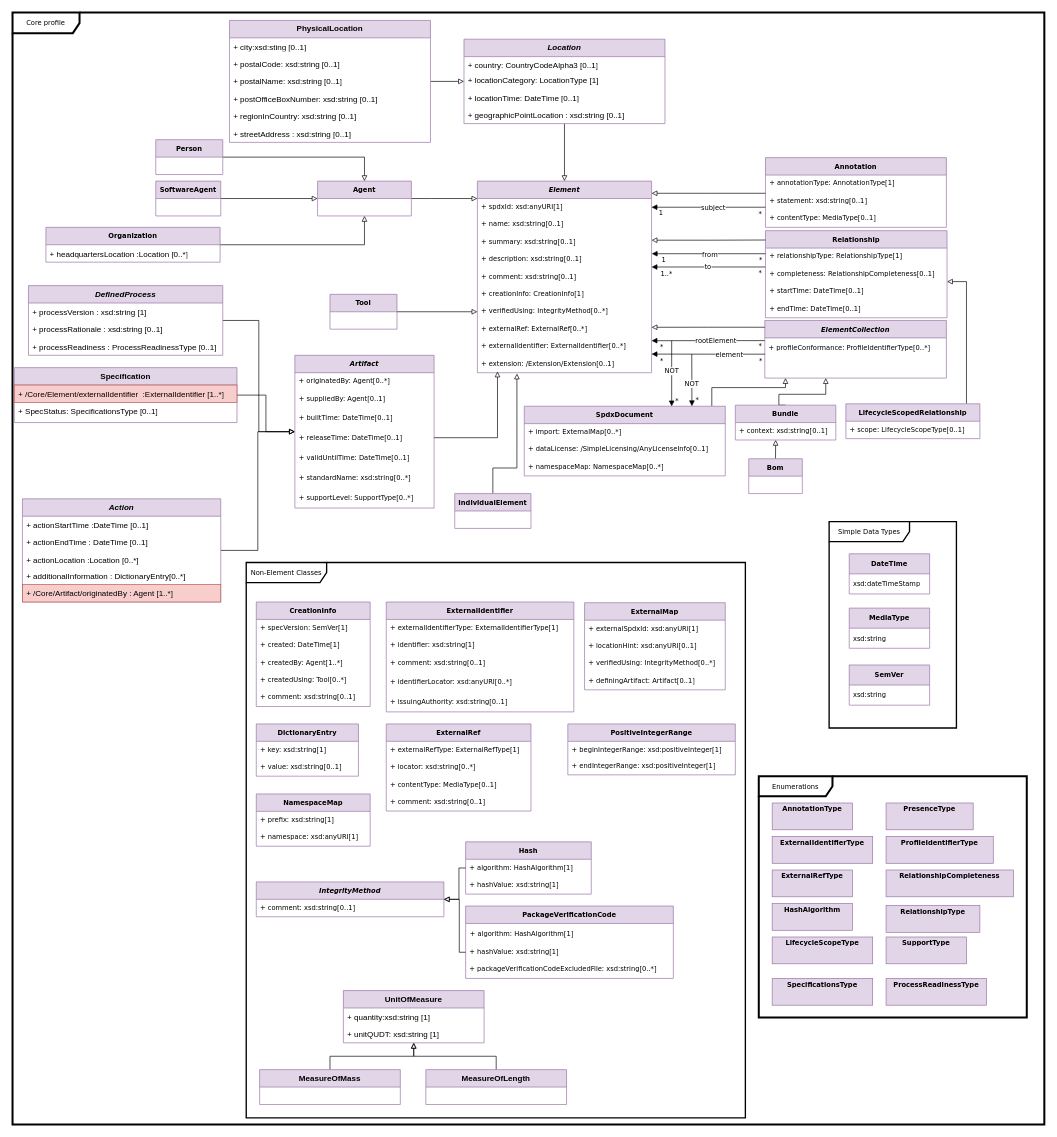
Before: page "Core" (1 of 9) of docs/model.drawio in spdx/spdx-3-model, a draw.io diagram. Source tidied: cells renumbered, new cells numbered last; positions are measured from the earlier drawing's top-left corner, leaving out a move shared by most shapes. Both pictures are drawn from the tidied source at 67%, with x=0, y=0 at pixel (12, 12).
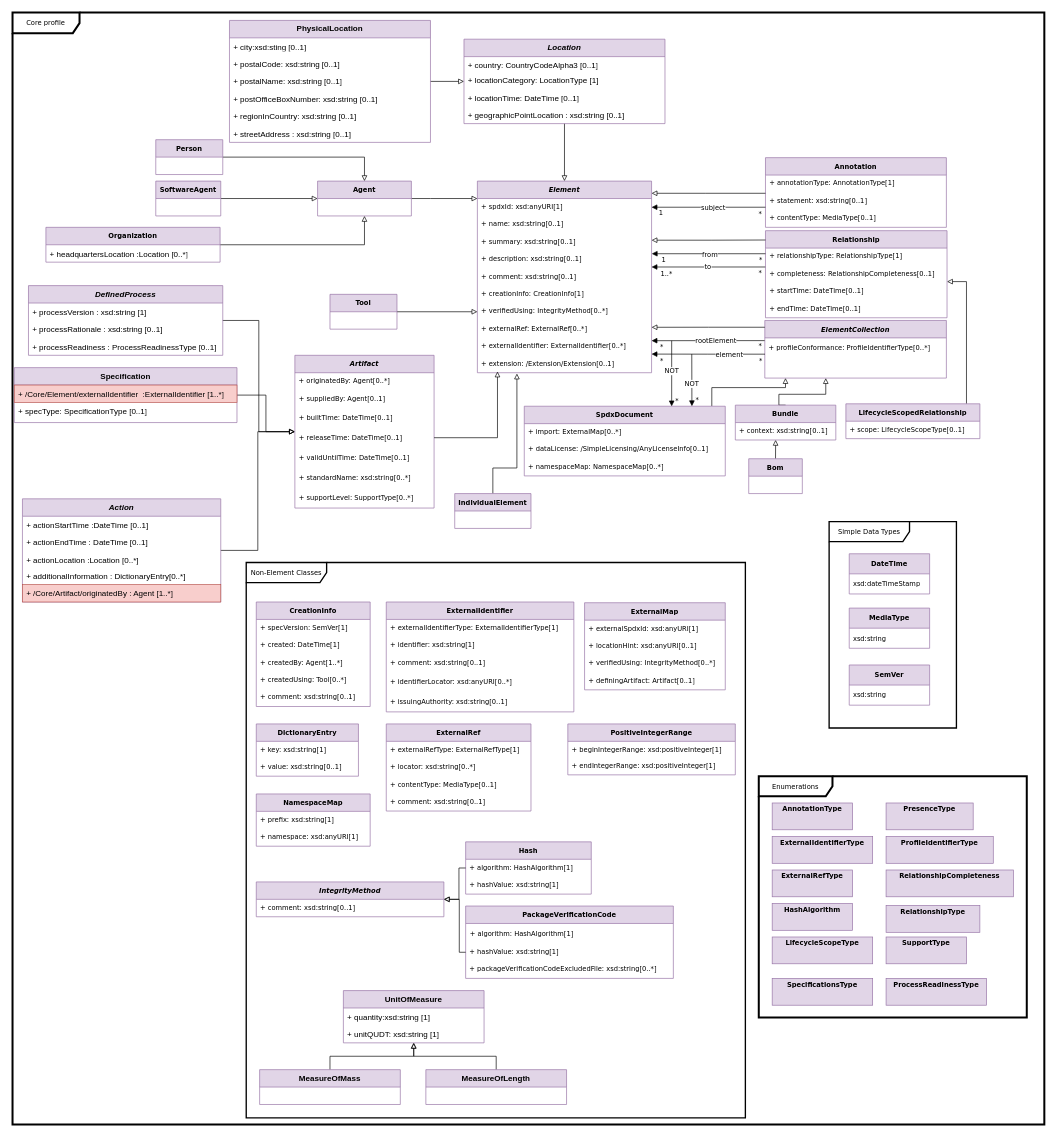
The same page after the edit.

The change refers to these unchanged cells:
```xml
<mxCell id="172" value="&lt;b&gt;Specification&lt;/b&gt;" style="swimlane;fontStyle=0;horizontal=1;startSize=26;fillColor=#e1d5e7;whiteSpace=wrap;html=1;strokeColor=#9673a6;" parent="1" vertex="1">
  <mxGeometry x="2.8" y="530.2" width="332.4" height="82" as="geometry" />
</mxCell>
```

The edit, as a diff of the source:
```diff
@@
-    <mxCell id="174" value="+ SpecStatus: SpecificationsType [0..1]" style="text;strokeColor=none;fillColor=none;align=left;verticalAlign=top;spacingLeft=4;spacingRight=4;overflow=hidden;whiteSpace=wrap;html=1;" parent="172" vertex="1">
+    <mxCell id="174" value="+ specType: SpecificationType [0..1]" style="text;strokeColor=none;fillColor=none;align=left;verticalAlign=top;spacingLeft=4;spacingRight=4;overflow=hidden;whiteSpace=wrap;html=1;" parent="172" vertex="1">
       <mxGeometry y="52" width="332.4" height="30" as="geometry" />
     </mxCell>
```
